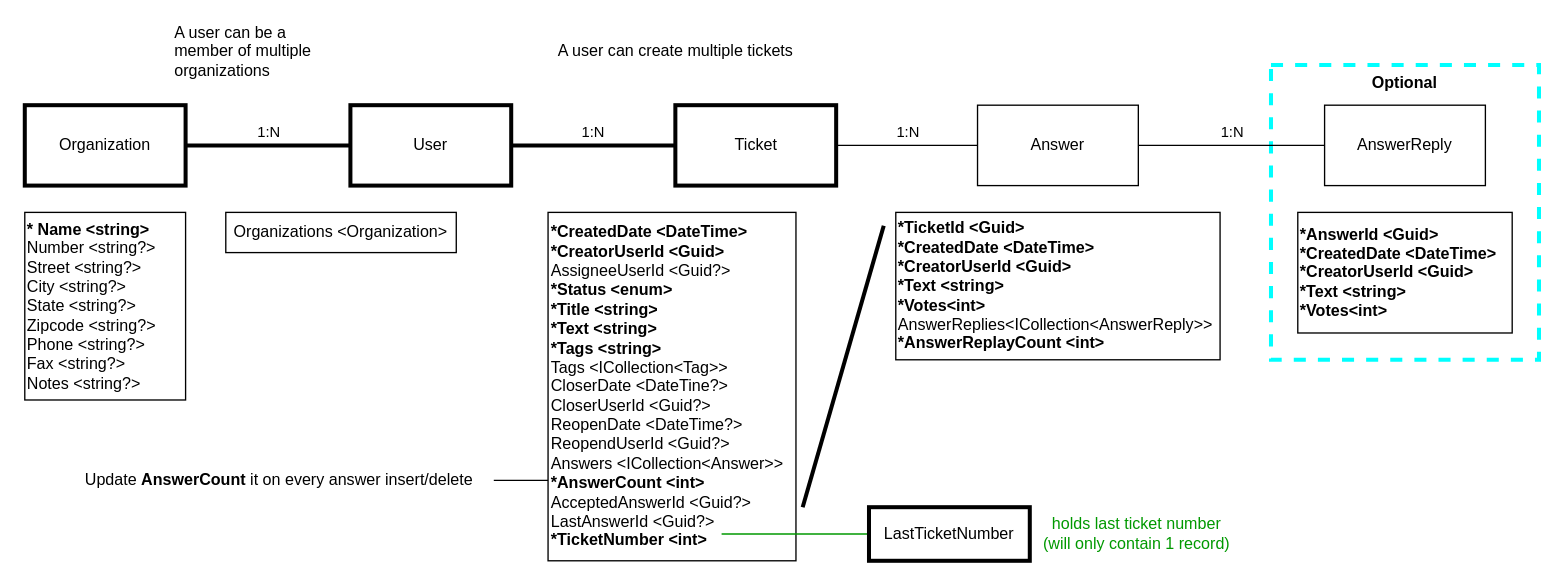
Earlier version of the draw.io diagram HelpDeskDomainModel.drawio (seanalford/ABP-HelpDesk). Source tidied: cells renumbered, new cells numbered last; positions are measured from the earlier drawing's top-left corner, leaving out a move shared by most shapes. Both pictures are drawn from the tidied source at 134%, with x=0, y=0 at pixel (24, 24).
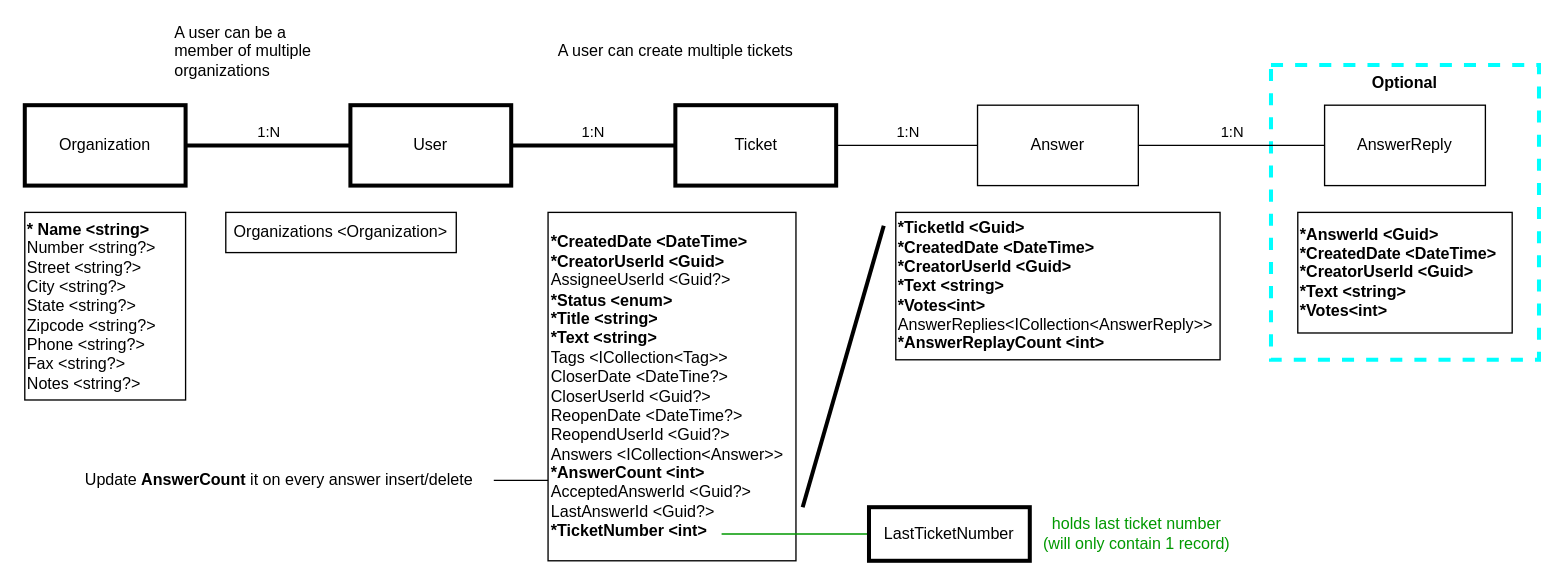
After the change.

The edit, as a diff of the source:
```diff
@@
-    <mxCell id="14" value="&lt;div&gt;&lt;b&gt;*CreatedDate &amp;lt;DateTime&amp;gt;&lt;/b&gt;&lt;br&gt;&lt;/div&gt;&lt;div&gt;&lt;b&gt;*CreatorUserId &amp;lt;Guid&amp;gt;&lt;/b&gt;&lt;/div&gt;&lt;div&gt;AssigneeUserId &amp;lt;Guid?&amp;gt;&lt;/div&gt;&lt;div&gt;&lt;b&gt;*Status &amp;lt;enum&amp;gt;&lt;/b&gt;&lt;/div&gt;&lt;div&gt;&lt;b&gt;*Title &amp;lt;string&amp;gt;&lt;/b&gt;&lt;/div&gt;&lt;div&gt;&lt;b&gt;*Text &amp;lt;string&amp;gt;&lt;/b&gt;&lt;/div&gt;&lt;div&gt;&lt;b&gt;*Tags &amp;lt;string&amp;gt;&lt;/b&gt;&lt;/div&gt;&lt;div&gt;Tags &amp;lt;ICollection&amp;lt;Tag&amp;gt;&amp;gt;&lt;/div&gt;&lt;div&gt;CloserDate &amp;lt;DateTine?&amp;gt;&lt;/div&gt;&lt;div&gt;CloserUserId &amp;lt;Guid?&amp;gt;&lt;/div&gt;&lt;div&gt;ReopenDate &amp;lt;DateTime?&amp;gt;&lt;/div&gt;&lt;div&gt;ReopendUserId &amp;lt;Guid?&amp;gt;&lt;/div&gt;&lt;div&gt;Answers &amp;lt;ICollection&amp;lt;Answer&amp;gt;&amp;gt;&lt;/div&gt;&lt;div&gt;&lt;b&gt;*AnswerCount &amp;lt;int&amp;gt;&lt;/b&gt;&lt;/div&gt;&lt;div&gt;AcceptedAnswerId &amp;lt;Guid?&amp;gt;&lt;/div&gt;&lt;div&gt;LastAnswerId &amp;lt;Guid?&amp;gt;&lt;/div&gt;&lt;div&gt;&lt;b&gt;*TicketNumber &amp;lt;int&amp;gt;&lt;/b&gt;&amp;nbsp;&lt;br&gt;&lt;/div&gt;" style="rounded=0;whiteSpace=wrap;html=1;align=left;verticalAlign=middle;" parent="1" vertex="1">
+    <mxCell id="14" value="&lt;div&gt;&lt;b&gt;*CreatedDate &amp;lt;DateTime&amp;gt;&lt;/b&gt;&lt;br&gt;&lt;/div&gt;&lt;div&gt;&lt;b&gt;*CreatorUserId &amp;lt;Guid&amp;gt;&lt;/b&gt;&lt;/div&gt;&lt;div&gt;AssigneeUserId &amp;lt;Guid?&amp;gt;&lt;/div&gt;&lt;div&gt;&lt;b&gt;*Status &amp;lt;enum&amp;gt;&lt;/b&gt;&lt;/div&gt;&lt;div&gt;&lt;b&gt;*Title &amp;lt;string&amp;gt;&lt;/b&gt;&lt;/div&gt;&lt;div&gt;&lt;b&gt;*Text &amp;lt;string&amp;gt;&lt;/b&gt;&lt;/div&gt;&lt;div&gt;Tags &amp;lt;ICollection&amp;lt;Tag&amp;gt;&amp;gt;&lt;/div&gt;&lt;div&gt;CloserDate &amp;lt;DateTine?&amp;gt;&lt;/div&gt;&lt;div&gt;CloserUserId &amp;lt;Guid?&amp;gt;&lt;/div&gt;&lt;div&gt;ReopenDate &amp;lt;DateTime?&amp;gt;&lt;/div&gt;&lt;div&gt;ReopendUserId &amp;lt;Guid?&amp;gt;&lt;/div&gt;&lt;div&gt;Answers &amp;lt;ICollection&amp;lt;Answer&amp;gt;&amp;gt;&lt;/div&gt;&lt;div&gt;&lt;b&gt;*AnswerCount &amp;lt;int&amp;gt;&lt;/b&gt;&lt;/div&gt;&lt;div&gt;AcceptedAnswerId &amp;lt;Guid?&amp;gt;&lt;/div&gt;&lt;div&gt;LastAnswerId &amp;lt;Guid?&amp;gt;&lt;/div&gt;&lt;div&gt;&lt;b&gt;*TicketNumber &amp;lt;int&amp;gt;&lt;/b&gt;&amp;nbsp;&lt;br&gt;&lt;/div&gt;" style="rounded=0;whiteSpace=wrap;html=1;align=left;verticalAlign=middle;" parent="1" vertex="1">
       <mxGeometry x="390.5" y="140" width="185" height="260" as="geometry" />
     </mxCell>
```
